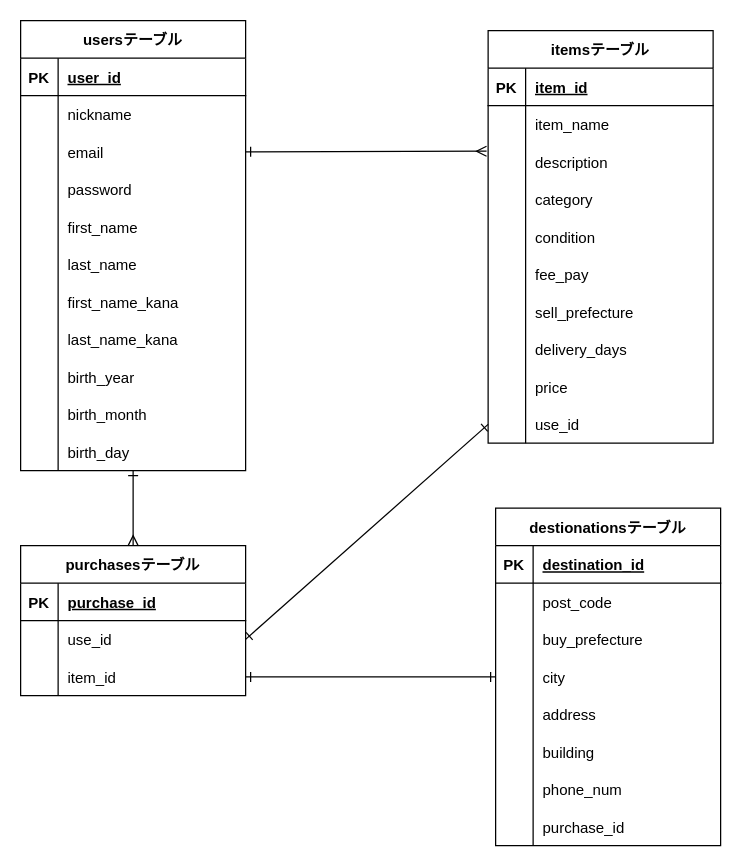
This is furima-40111.dio from Izmy-I/furima-40111, a draw.io file, before an edit. Source tidied: cells renumbered, new cells numbered last; positions are measured from the earlier drawing's top-left corner, leaving out a move shared by most shapes. Both pictures are drawn from the tidied source at 125%, with x=0, y=0 at pixel (20, 20).
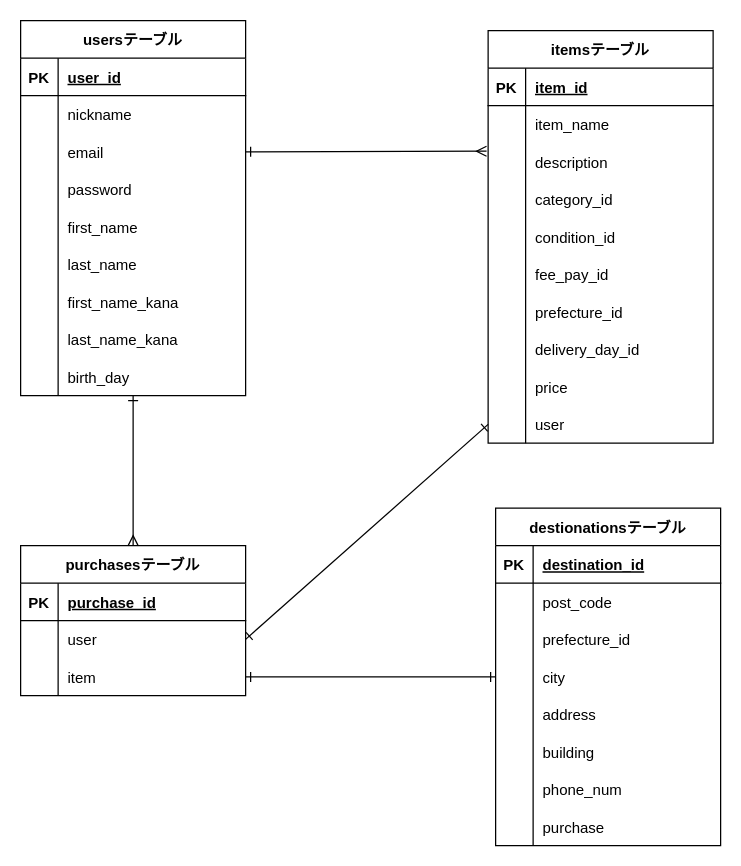
The same diagram, later.

Unchanged cells that the change refers to:
```xml
<mxCell id="46" style="shape=tableRow;horizontal=0;startSize=0;swimlaneHead=0;swimlaneBody=0;fillColor=none;top=0;left=0;right=0;bottom=0;" parent="36" vertex="1">
  <mxGeometry y="120" width="180" height="30" as="geometry" />
</mxCell>
<mxCell id="49" style="shape=tableRow;horizontal=0;startSize=0;swimlaneHead=0;swimlaneBody=0;fillColor=none;top=0;left=0;right=0;bottom=0;" parent="36" vertex="1">
  <mxGeometry y="150" width="180" height="30" as="geometry" />
</mxCell>
<mxCell id="52" style="shape=tableRow;horizontal=0;startSize=0;swimlaneHead=0;swimlaneBody=0;fillColor=none;top=0;left=0;right=0;bottom=0;" parent="36" vertex="1">
  <mxGeometry y="180" width="180" height="30" as="geometry" />
</mxCell>
<mxCell id="55" style="shape=tableRow;horizontal=0;startSize=0;swimlaneHead=0;swimlaneBody=0;fillColor=none;top=0;left=0;right=0;bottom=0;" parent="36" vertex="1">
  <mxGeometry y="210" width="180" height="30" as="geometry" />
</mxCell>
<mxCell id="58" style="shape=tableRow;horizontal=0;startSize=0;swimlaneHead=0;swimlaneBody=0;fillColor=none;top=0;left=0;right=0;bottom=0;" parent="36" vertex="1">
  <mxGeometry y="240" width="180" height="30" as="geometry" />
</mxCell>
<mxCell id="64" style="shape=tableRow;horizontal=0;startSize=0;swimlaneHead=0;swimlaneBody=0;fillColor=none;points=[[0,0.5],[1,0.5]];portConstraint=eastwest;top=0;left=0;right=0;bottom=0;" parent="36" vertex="1">
  <mxGeometry y="300" width="180" height="30" as="geometry" />
</mxCell>
<mxCell id="72" style="shape=tableRow;horizontal=0;startSize=0;swimlaneHead=0;swimlaneBody=0;fillColor=none;points=[[0,0.5],[1,0.5]];portConstraint=eastwest;top=0;left=0;right=0;bottom=0;" parent="68" vertex="1">
  <mxGeometry y="60" width="180" height="30" as="geometry" />
</mxCell>
<mxCell id="75" style="shape=tableRow;horizontal=0;startSize=0;swimlaneHead=0;swimlaneBody=0;fillColor=none;points=[[0,0.5],[1,0.5]];portConstraint=eastwest;top=0;left=0;right=0;bottom=0;" parent="68" vertex="1">
  <mxGeometry y="90" width="180" height="30" as="geometry" />
</mxCell>
<mxCell id="85" style="shape=tableRow;horizontal=0;startSize=0;swimlaneHead=0;swimlaneBody=0;fillColor=none;top=0;left=0;right=0;bottom=0;" parent="78" vertex="1">
  <mxGeometry y="90" width="180" height="30" as="geometry" />
</mxCell>
<mxCell id="100" style="shape=tableRow;horizontal=0;startSize=0;swimlaneHead=0;swimlaneBody=0;fillColor=none;top=0;left=0;right=0;bottom=0;" parent="78" vertex="1">
  <mxGeometry y="240" width="180" height="30" as="geometry" />
</mxCell>
```

Change to the diagram source:
```diff
@@
     <mxCell id="2" value="usersテーブル" style="shape=table;startSize=30;childLayout=tableLayout;rowLines=0;fontStyle=1;align=center;" parent="1" vertex="1">
-      <mxGeometry width="180" height="360" as="geometry" />
+      <mxGeometry width="180" height="300" as="geometry" />
     </mxCell>
@@
-    <mxCell id="27" style="shape=tableRow;horizontal=0;startSize=0;swimlaneHead=0;swimlaneBody=0;fillColor=none;top=0;left=0;right=0;bottom=0;" parent="2" vertex="1">
-      <mxGeometry y="270" width="180" height="30" as="geometry" />
-    </mxCell>
-    <mxCell id="28" style="shape=partialRectangle;fillColor=none;top=0;left=0;bottom=0;right=0;overflow=hidden;" parent="27" vertex="1">
-      <mxGeometry width="30" height="30" as="geometry" />
-    </mxCell>
-    <mxCell id="29" value="birth_year" style="shape=partialRectangle;fillColor=none;top=0;left=0;bottom=0;right=0;align=left;spacingLeft=6;overflow=hidden;" parent="27" vertex="1">
-      <mxGeometry x="30" width="150" height="30" as="geometry" />
-    </mxCell>
-    <mxCell id="30" style="shape=tableRow;horizontal=0;startSize=0;swimlaneHead=0;swimlaneBody=0;fillColor=none;top=0;left=0;right=0;bottom=0;" parent="2" vertex="1">
-      <mxGeometry y="300" width="180" height="30" as="geometry" />
-    </mxCell>
-    <mxCell id="31" style="shape=partialRectangle;fillColor=none;top=0;left=0;bottom=0;right=0;overflow=hidden;" parent="30" vertex="1">
-      <mxGeometry width="30" height="30" as="geometry" />
-    </mxCell>
-    <mxCell id="32" value="birth_month" style="shape=partialRectangle;fillColor=none;top=0;left=0;bottom=0;right=0;align=left;spacingLeft=6;overflow=hidden;" parent="30" vertex="1">
-      <mxGeometry x="30" width="150" height="30" as="geometry" />
-    </mxCell>
     <mxCell id="33" style="shape=tableRow;horizontal=0;startSize=0;swimlaneHead=0;swimlaneBody=0;fillColor=none;points=[[0,0.5],[1,0.5]];portConstraint=eastwest;top=0;left=0;right=0;bottom=0;" parent="2" vertex="1">
-      <mxGeometry y="330" width="180" height="30" as="geometry" />
+      <mxGeometry y="270" width="180" height="30" as="geometry" />
     </mxCell>
@@
-    <mxCell id="48" value="category" style="shape=partialRectangle;fillColor=none;top=0;left=0;bottom=0;right=0;align=left;spacingLeft=6;overflow=hidden;" parent="46" vertex="1">
+    <mxCell id="48" value="category_id" style="shape=partialRectangle;fillColor=none;top=0;left=0;bottom=0;right=0;align=left;spacingLeft=6;overflow=hidden;" parent="46" vertex="1">
       <mxGeometry x="30" width="150" height="30" as="geometry" />
     </mxCell>
@@
-    <mxCell id="51" value="condition" style="shape=partialRectangle;fillColor=none;top=0;left=0;bottom=0;right=0;align=left;spacingLeft=6;overflow=hidden;" parent="49" vertex="1">
+    <mxCell id="51" value="condition_id" style="shape=partialRectangle;fillColor=none;top=0;left=0;bottom=0;right=0;align=left;spacingLeft=6;overflow=hidden;" parent="49" vertex="1">
       <mxGeometry x="30" width="150" height="30" as="geometry" />
     </mxCell>
@@
-    <mxCell id="54" value="fee_pay" style="shape=partialRectangle;fillColor=none;top=0;left=0;bottom=0;right=0;align=left;spacingLeft=6;overflow=hidden;" parent="52" vertex="1">
+    <mxCell id="54" value="fee_pay_id" style="shape=partialRectangle;fillColor=none;top=0;left=0;bottom=0;right=0;align=left;spacingLeft=6;overflow=hidden;" parent="52" vertex="1">
       <mxGeometry x="30" width="150" height="30" as="geometry" />
     </mxCell>
@@
-    <mxCell id="57" value="sell_prefecture" style="shape=partialRectangle;fillColor=none;top=0;left=0;bottom=0;right=0;align=left;spacingLeft=6;overflow=hidden;" parent="55" vertex="1">
+    <mxCell id="57" value="prefecture_id" style="shape=partialRectangle;fillColor=none;top=0;left=0;bottom=0;right=0;align=left;spacingLeft=6;overflow=hidden;" parent="55" vertex="1">
       <mxGeometry x="30" width="150" height="30" as="geometry" />
     </mxCell>
@@
-    <mxCell id="60" value="delivery_days" style="shape=partialRectangle;fillColor=none;top=0;left=0;bottom=0;right=0;align=left;spacingLeft=6;overflow=hidden;" parent="58" vertex="1">
+    <mxCell id="60" value="delivery_day_id" style="shape=partialRectangle;fillColor=none;top=0;left=0;bottom=0;right=0;align=left;spacingLeft=6;overflow=hidden;" parent="58" vertex="1">
       <mxGeometry x="30" width="150" height="30" as="geometry" />
     </mxCell>
@@
-    <mxCell id="66" value="use_id" style="shape=partialRectangle;fillColor=none;top=0;left=0;bottom=0;right=0;align=left;spacingLeft=6;overflow=hidden;" parent="64" vertex="1">
+    <mxCell id="66" value="user" style="shape=partialRectangle;fillColor=none;top=0;left=0;bottom=0;right=0;align=left;spacingLeft=6;overflow=hidden;" parent="64" vertex="1">
       <mxGeometry x="30" width="150" height="30" as="geometry" />
     </mxCell>
@@
-    <mxCell id="74" value="use_id" style="shape=partialRectangle;fillColor=none;top=0;left=0;bottom=0;right=0;align=left;spacingLeft=6;overflow=hidden;" parent="72" vertex="1">
+    <mxCell id="74" value="user" style="shape=partialRectangle;fillColor=none;top=0;left=0;bottom=0;right=0;align=left;spacingLeft=6;overflow=hidden;" parent="72" vertex="1">
       <mxGeometry x="30" width="150" height="30" as="geometry" />
     </mxCell>
@@
-    <mxCell id="77" value="item_id" style="shape=partialRectangle;fillColor=none;top=0;left=0;bottom=0;right=0;align=left;spacingLeft=6;overflow=hidden;" parent="75" vertex="1">
+    <mxCell id="77" value="item" style="shape=partialRectangle;fillColor=none;top=0;left=0;bottom=0;right=0;align=left;spacingLeft=6;overflow=hidden;" parent="75" vertex="1">
       <mxGeometry x="30" width="150" height="30" as="geometry" />
     </mxCell>
@@
-    <mxCell id="87" value="buy_prefecture" style="shape=partialRectangle;fillColor=none;top=0;left=0;bottom=0;right=0;align=left;spacingLeft=6;overflow=hidden;" parent="85" vertex="1">
+    <mxCell id="87" value="prefecture_id" style="shape=partialRectangle;fillColor=none;top=0;left=0;bottom=0;right=0;align=left;spacingLeft=6;overflow=hidden;" parent="85" vertex="1">
       <mxGeometry x="30" width="150" height="30" as="geometry" />
     </mxCell>
@@
-    <mxCell id="102" value="purchase_id" style="shape=partialRectangle;fillColor=none;top=0;left=0;bottom=0;right=0;align=left;spacingLeft=6;overflow=hidden;" parent="100" vertex="1">
+    <mxCell id="102" value="purchase" style="shape=partialRectangle;fillColor=none;top=0;left=0;bottom=0;right=0;align=left;spacingLeft=6;overflow=hidden;" parent="100" vertex="1">
       <mxGeometry x="30" width="150" height="30" as="geometry" />
     </mxCell>
```
